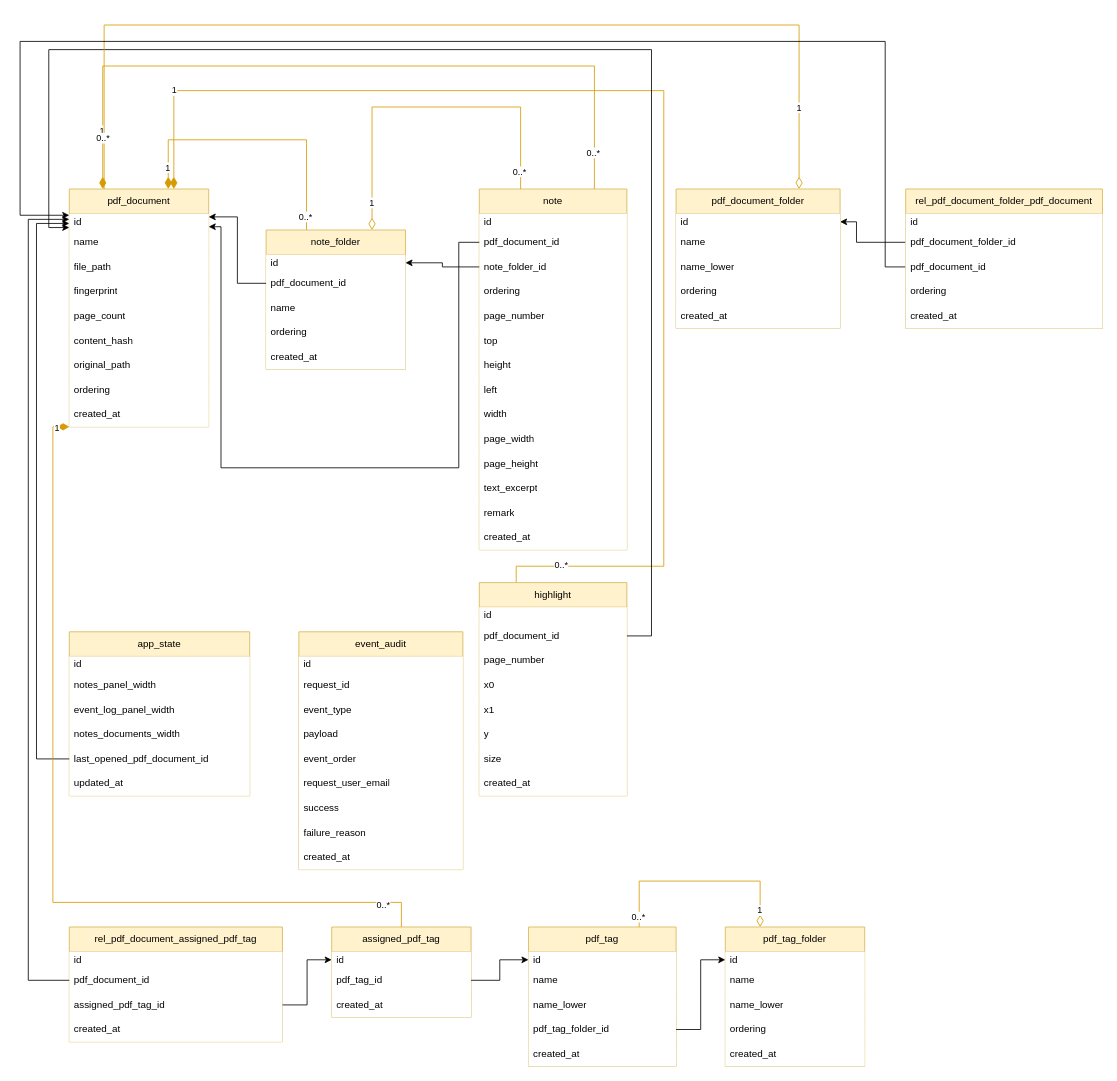
machingclee/focusable-pdf-reader keeps this draw.io diagram as backend/prisma/draw.io/schema.drawio. Above is the earlier version. Source tidied: cells renumbered, new cells numbered last; positions are measured from the earlier drawing's top-left corner, leaving out a move shared by most shapes. Both pictures are drawn from the tidied source at 82%, with x=0, y=0 at pixel (20, 25).
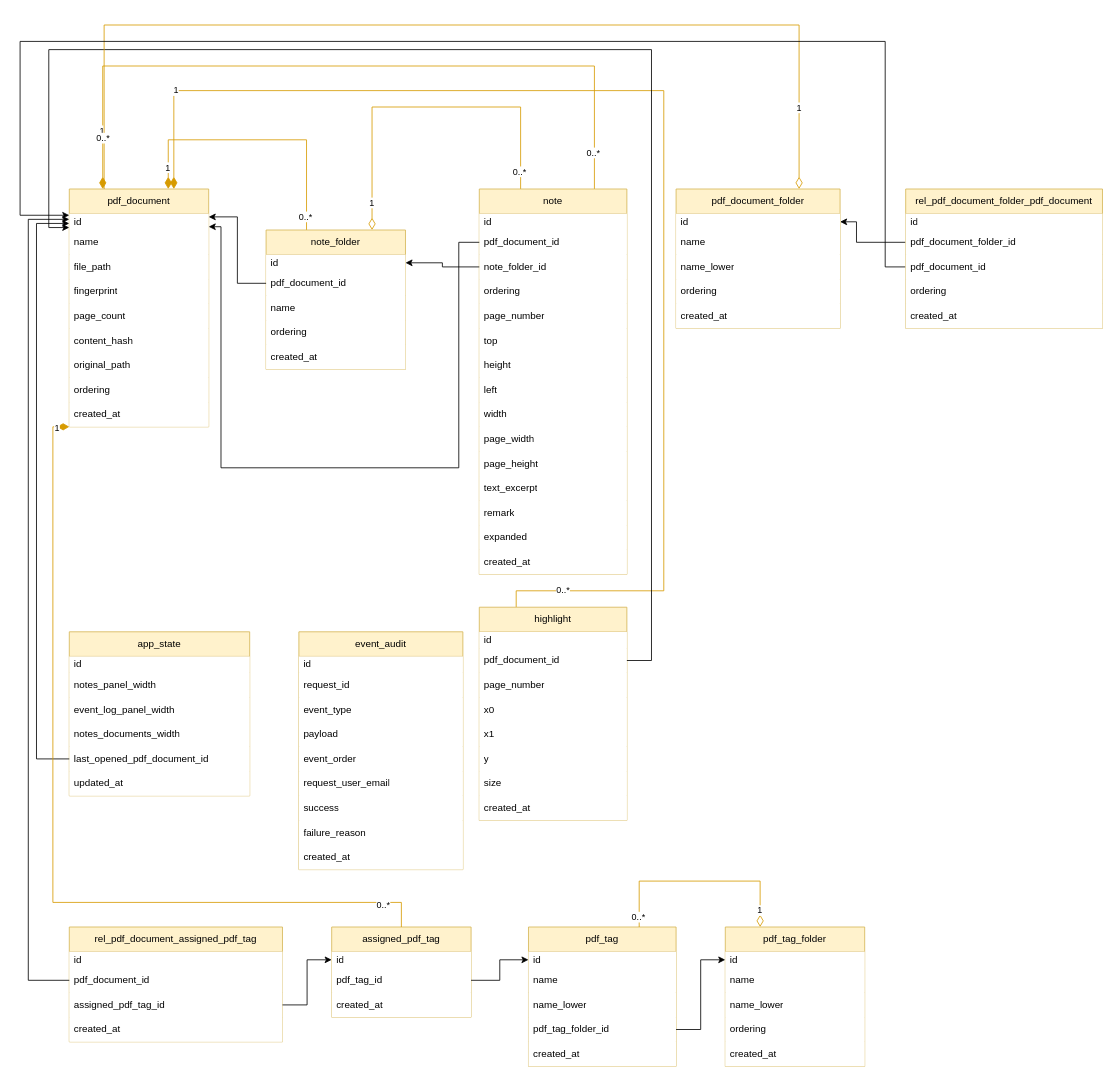
After the change.

The change refers to these unchanged cells:
```xml
<mxCell id="14" value="pdf_document" style="swimlane;fontStyle=0;horizontal=1;startSize=30;whiteSpace=wrap;html=1;fillColor=#fff2cc;strokeColor=#d6b656;" parent="1" vertex="1">
  <mxGeometry x="60" y="200" width="170" height="290" as="geometry" />
</mxCell>
<mxCell id="15" value="id" style="text;align=left;verticalAlign=middle;spacingLeft=4;spacingRight=4;overflow=hidden;points=[[0,0.5],[1,0.5]];portConstraint=eastwest;whiteSpace=wrap;html=1;fillColor=default;" parent="14" vertex="1">
  <mxGeometry y="30" width="170" height="20" as="geometry" />
</mxCell>
<mxCell id="47" value="pdf_document_id" style="text;align=left;verticalAlign=middle;spacingLeft=4;spacingRight=4;overflow=hidden;points=[[0,0.5],[1,0.5]];portConstraint=eastwest;whiteSpace=wrap;html=1;fillColor=default;" parent="45" vertex="1">
  <mxGeometry y="50" width="180" height="30" as="geometry" />
</mxCell>
```

What changed in the source:
```diff
@@
     <mxCell id="11" style="edgeStyle=orthogonalEdgeStyle;rounded=0;jettySize=auto;html=1;exitX=0.75;exitY=0;exitDx=0;exitDy=0;entryX=0.25;entryY=0;entryDx=0;entryDy=0;fillColor=#ffe6cc;strokeColor=#d79b00;startArrow=diamondThin;startFill=1;startSize=12;endArrow=none;endFill=0;" parent="1" edge="1" source="14" target="45">
       <mxGeometry relative="1" as="geometry">
         <Array as="points">
           <mxPoint x="187" y="80" />
           <mxPoint x="785" y="80" />
-          <mxPoint x="785" y="660" />
-          <mxPoint x="605" y="660" />
+          <mxPoint x="785" y="690" />
+          <mxPoint x="605" y="690" />
         </Array>
       </mxGeometry>
     </mxCell>
@@
     <mxCell id="30" value="note" style="swimlane;fontStyle=0;horizontal=1;startSize=30;whiteSpace=wrap;html=1;fillColor=#fff2cc;strokeColor=#d6b656;" parent="1" vertex="1">
-      <mxGeometry x="560" y="200" width="180" height="440" as="geometry" />
+      <mxGeometry x="560" y="200" width="180" height="470" as="geometry" />
     </mxCell>
@@
+    <mxCell id="124" value="expanded" style="text;align=left;verticalAlign=middle;spacingLeft=4;spacingRight=4;overflow=hidden;whiteSpace=wrap;html=1;fillColor=default;" parent="30" vertex="1">
+      <mxGeometry y="410" width="180" height="30" as="geometry" />
+    </mxCell>
     <mxCell id="44" value="created_at" style="text;align=left;verticalAlign=middle;spacingLeft=4;spacingRight=4;overflow=hidden;whiteSpace=wrap;html=1;fillColor=default;" parent="30" vertex="1">
-      <mxGeometry y="410" width="180" height="30" as="geometry" />
+      <mxGeometry y="440" width="180" height="30" as="geometry" />
     </mxCell>
     <mxCell id="45" value="highlight" style="swimlane;fontStyle=0;horizontal=1;startSize=30;whiteSpace=wrap;html=1;fillColor=#fff2cc;strokeColor=#d6b656;" parent="1" vertex="1">
-      <mxGeometry x="560" y="680" width="180" height="260" as="geometry" />
+      <mxGeometry x="560" y="710" width="180" height="260" as="geometry" />
     </mxCell>
@@
     <mxCell id="74" style="edgeStyle=orthogonalEdgeStyle;rounded=0;jettySize=auto;html=1;exitX=1;exitY=0.5;exitDx=0;exitDy=0;entryX=0;entryY=0.85;entryDx=0;entryDy=0;" parent="1" edge="1" source="47" target="15">
       <mxGeometry relative="1" as="geometry">
         <Array as="points">
-          <mxPoint x="770" y="745" />
+          <mxPoint x="770" y="775" />
           <mxPoint x="770" y="30" />
           <mxPoint x="35" y="30" />
           <mxPoint x="35" y="247" />
         </Array>
       </mxGeometry>
     </mxCell>
```
